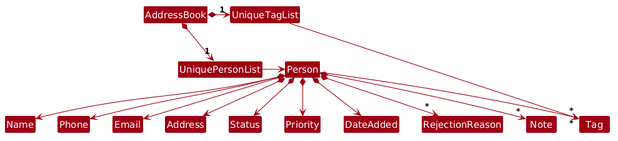
Above: docs/images/BetterModelClassDiagram.png in shrievarshanbaskar/tp (PlantUML), before the change. Source of this version:
```plantuml
@startuml



!define UI_COLOR #1D8900
!define UI_COLOR_T1 #83E769
!define UI_COLOR_T2 #3FC71B
!define UI_COLOR_T3 #166800
!define UI_COLOR_T4 #0E4100

!define LOGIC_COLOR #3333C4
!define LOGIC_COLOR_T1 #C8C8FA
!define LOGIC_COLOR_T2 #6A6ADC
!define LOGIC_COLOR_T3 #1616B0
!define LOGIC_COLOR_T4 #101086

!define MODEL_COLOR #9D0012
!define MODEL_COLOR_T1 #F97181
!define MODEL_COLOR_T2 #E41F36
!define MODEL_COLOR_T3 #7B000E
!define MODEL_COLOR_T4 #51000A

!define STORAGE_COLOR #A38300
!define STORAGE_COLOR_T1 #FFE374
!define STORAGE_COLOR_T2 #EDC520
!define STORAGE_COLOR_T3 #806600
!define STORAGE_COLOR_T2 #544400

!define USER_COLOR #000000

skinparam Package {
    BackgroundColor #FFFFFF
    BorderThickness 1
    FontSize 16
}

skinparam Class {
    FontColor #FFFFFF
    FontSize 15
    BorderThickness 1
    BorderColor #FFFFFF
    StereotypeFontColor #FFFFFF
    FontName Arial
}

skinparam Actor {
    BorderColor USER_COLOR
    Color USER_COLOR
    FontName Arial
}

skinparam Sequence {
    MessageAlign center
    BoxFontSize 15
    BoxPadding 0
    BoxFontColor #FFFFFF
    FontName Arial
}

skinparam Participant {
    FontColor #FFFFFFF
    Padding 20
}

skinparam ArrowFontStyle bold
skinparam MinClassWidth 50
skinparam ParticipantPadding 10
skinparam Shadowing false
skinparam DefaultTextAlignment center
skinparam packageStyle Rectangle

hide footbox
hide members
hide circle

skinparam arrowThickness 1.1
skinparam arrowColor MODEL_COLOR
skinparam classBackgroundColor MODEL_COLOR

AddressBook *-right-> "1" UniquePersonList
AddressBook *-right-> "1" UniqueTagList
UniqueTagList -[hidden]down- UniquePersonList
UniqueTagList -[hidden]down- UniquePersonList

UniqueTagList -right-> "*" Tag
UniquePersonList -right-> Person

Person --> "*" Tag

Person *--> Name
Person *--> Phone
Person *--> Email
Person *--> Address
Person *--> Status
Person *--> Priority
Person *--> DateAdded
Person *--> "*" RejectionReason
Person *--> "*" Note
@enduml
```
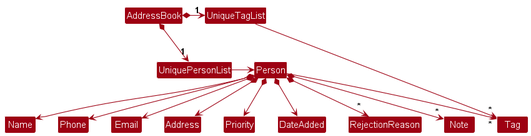
After the commit.

What changed in the source:
```diff
@@ -1,78 +1,5 @@
 @startuml
-
-
-
-!define UI_COLOR #1D8900
-!define UI_COLOR_T1 #83E769
-!define UI_COLOR_T2 #3FC71B
-!define UI_COLOR_T3 #166800
-!define UI_COLOR_T4 #0E4100
-
-!define LOGIC_COLOR #3333C4
-!define LOGIC_COLOR_T1 #C8C8FA
-!define LOGIC_COLOR_T2 #6A6ADC
-!define LOGIC_COLOR_T3 #1616B0
-!define LOGIC_COLOR_T4 #101086
-
-!define MODEL_COLOR #9D0012
-!define MODEL_COLOR_T1 #F97181
-!define MODEL_COLOR_T2 #E41F36
-!define MODEL_COLOR_T3 #7B000E
-!define MODEL_COLOR_T4 #51000A
-
-!define STORAGE_COLOR #A38300
-!define STORAGE_COLOR_T1 #FFE374
-!define STORAGE_COLOR_T2 #EDC520
-!define STORAGE_COLOR_T3 #806600
-!define STORAGE_COLOR_T2 #544400
-
-!define USER_COLOR #000000
-
-skinparam Package {
-    BackgroundColor #FFFFFF
-    BorderThickness 1
-    FontSize 16
-}
-
-skinparam Class {
-    FontColor #FFFFFF
-    FontSize 15
-    BorderThickness 1
-    BorderColor #FFFFFF
-    StereotypeFontColor #FFFFFF
-    FontName Arial
-}
-
-skinparam Actor {
-    BorderColor USER_COLOR
-    Color USER_COLOR
-    FontName Arial
-}
-
-skinparam Sequence {
-    MessageAlign center
-    BoxFontSize 15
-    BoxPadding 0
-    BoxFontColor #FFFFFF
-    FontName Arial
-}
-
-skinparam Participant {
-    FontColor #FFFFFFF
-    Padding 20
-}
-
-skinparam ArrowFontStyle bold
-skinparam MinClassWidth 50
-skinparam ParticipantPadding 10
-skinparam Shadowing false
-skinparam DefaultTextAlignment center
-skinparam packageStyle Rectangle
-
-hide footbox
-hide members
-hide circle
-
+!include style.puml
 skinparam arrowThickness 1.1
 skinparam arrowColor MODEL_COLOR
 skinparam classBackgroundColor MODEL_COLOR
@@ -91,7 +18,6 @@
 Person *--> Phone
 Person *--> Email
 Person *--> Address
-Person *--> Status
 Person *--> Priority
 Person *--> DateAdded
 Person *--> "*" RejectionReason
```
